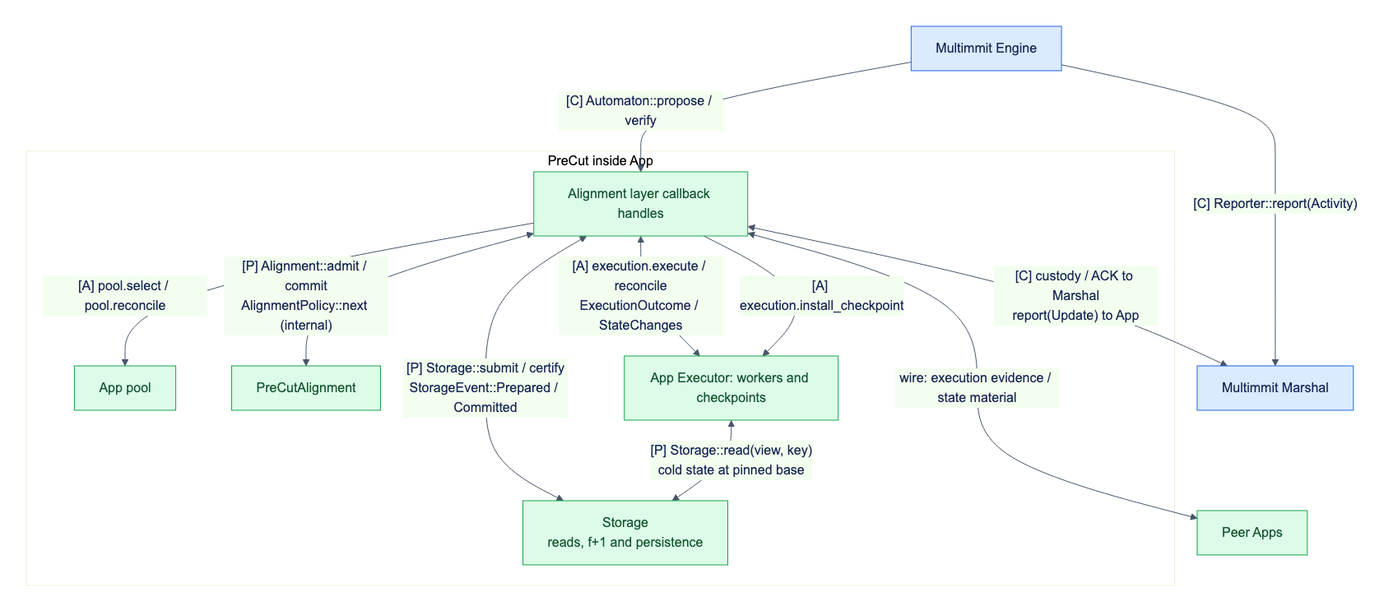
This is docs/assets/diagrams/diagram-19.png from djm07073/baton, a Mermaid export, as it was before one commit. Its source is kept beside it as docs/assets/diagrams/diagram-19.mmd.
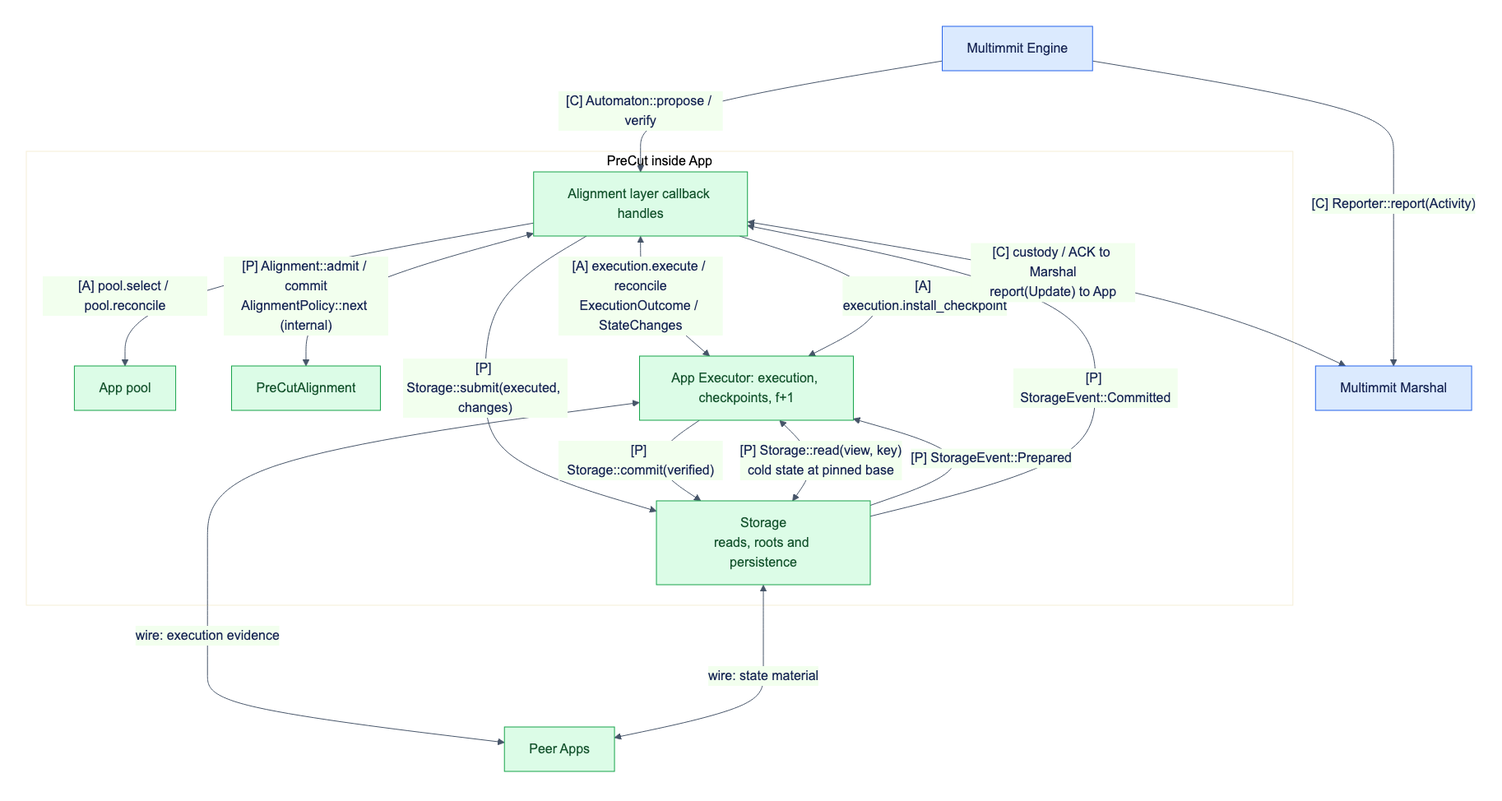
After the commit.

Diff of the diagram source:
```diff
@@ -4,13 +4,17 @@
     subgraph A["PreCut inside App"]
         I["Alignment layer callback handles"] -->|"[A] pool.select / pool.reconcile"| T["App pool"]
         I <-->|"[P] Alignment::admit / commit<br/>AlignmentPolicy::next (internal)"| Q["PreCutAlignment"]
-        I <-->|"[A] execution.execute / reconcile<br/>ExecutionOutcome / StateChanges"| E["App Executor: workers and checkpoints"]
-        I <-->|"[P] Storage::submit / certify<br/>StorageEvent::Prepared / Committed"| S["Storage<br/>reads, f+1 and persistence"]
+        I <-->|"[A] execution.execute / reconcile<br/>ExecutionOutcome / StateChanges"| E["App Executor: execution, checkpoints, f+1"]
+        I -->|"[P] Storage::submit(executed, changes)"| S["Storage<br/>reads, roots and persistence"]
+        S -->|"[P] StorageEvent::Prepared"| E
+        E -->|"[P] Storage::commit(verified)"| S
+        S -->|"[P] StorageEvent::Committed"| I
         I -->|"[A] execution.install_checkpoint"| E
         E <-->|"[P] Storage::read(view, key)<br/>cold state at pinned base"| S
     end
     I <-->|"[C] custody / ACK to Marshal<br/>report(Update) to App"| M
-    I <--->|"wire: execution evidence / state material"| P["Peer Apps"]
+    E <--->|"wire: execution evidence"| P["Peer Apps"]
+    S <--->|"wire: state material"| P
     classDef reuse fill:#dbeafe,stroke:#2563eb,color:#172554;
     classDef fresh fill:#dcfce7,stroke:#16a34a,color:#14532d;
     class N,M reuse;
```
